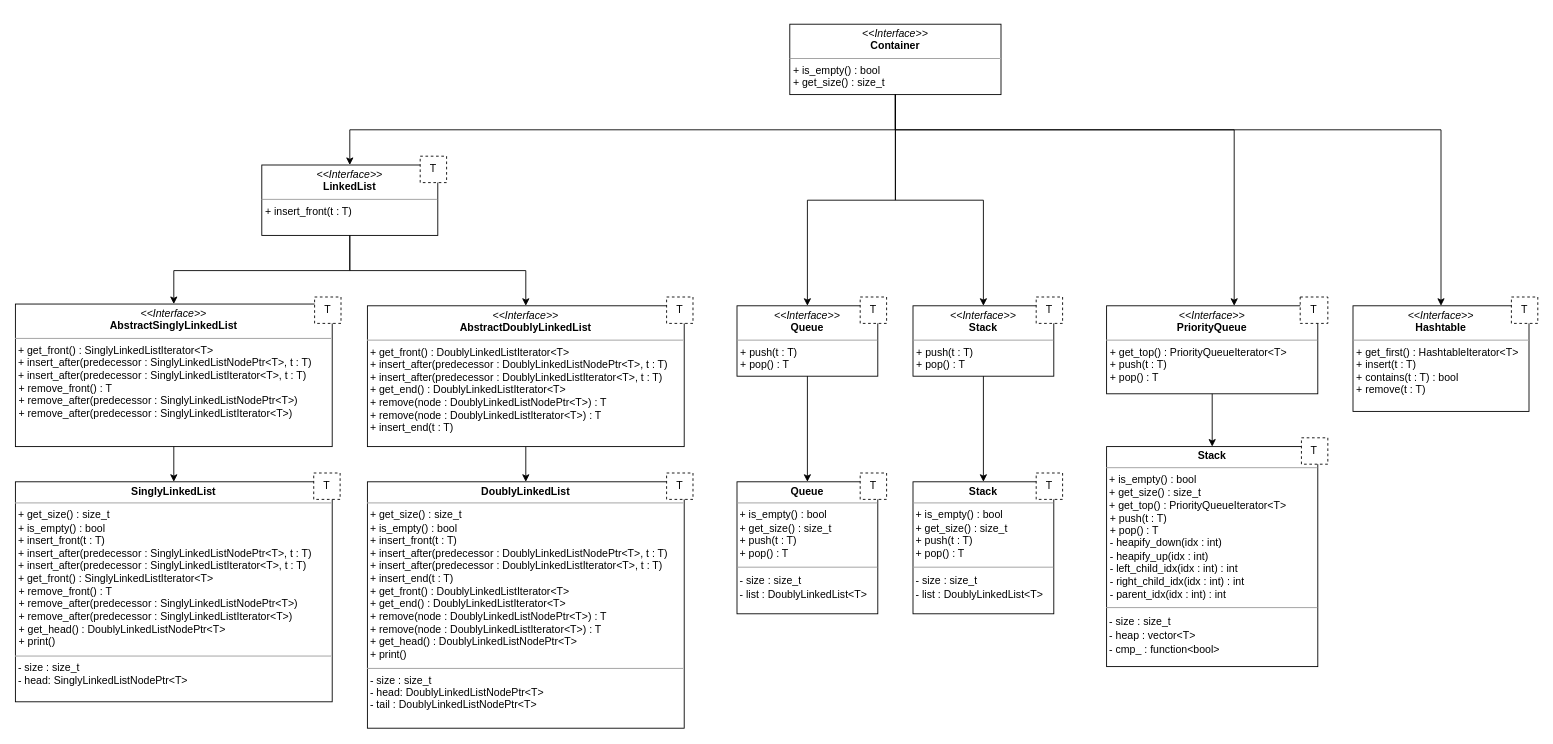
The draw.io diagram docs/Implementation Details/implementatio_details.drawio in christiangoerdes/Data-Structures, before the edit. Source tidied: cells renumbered, new cells numbered last; positions are measured from the earlier drawing's top-left corner, leaving out a move shared by most shapes. Both pictures are drawn from the tidied source at 88%, with x=0, y=0 at pixel (15, 15).
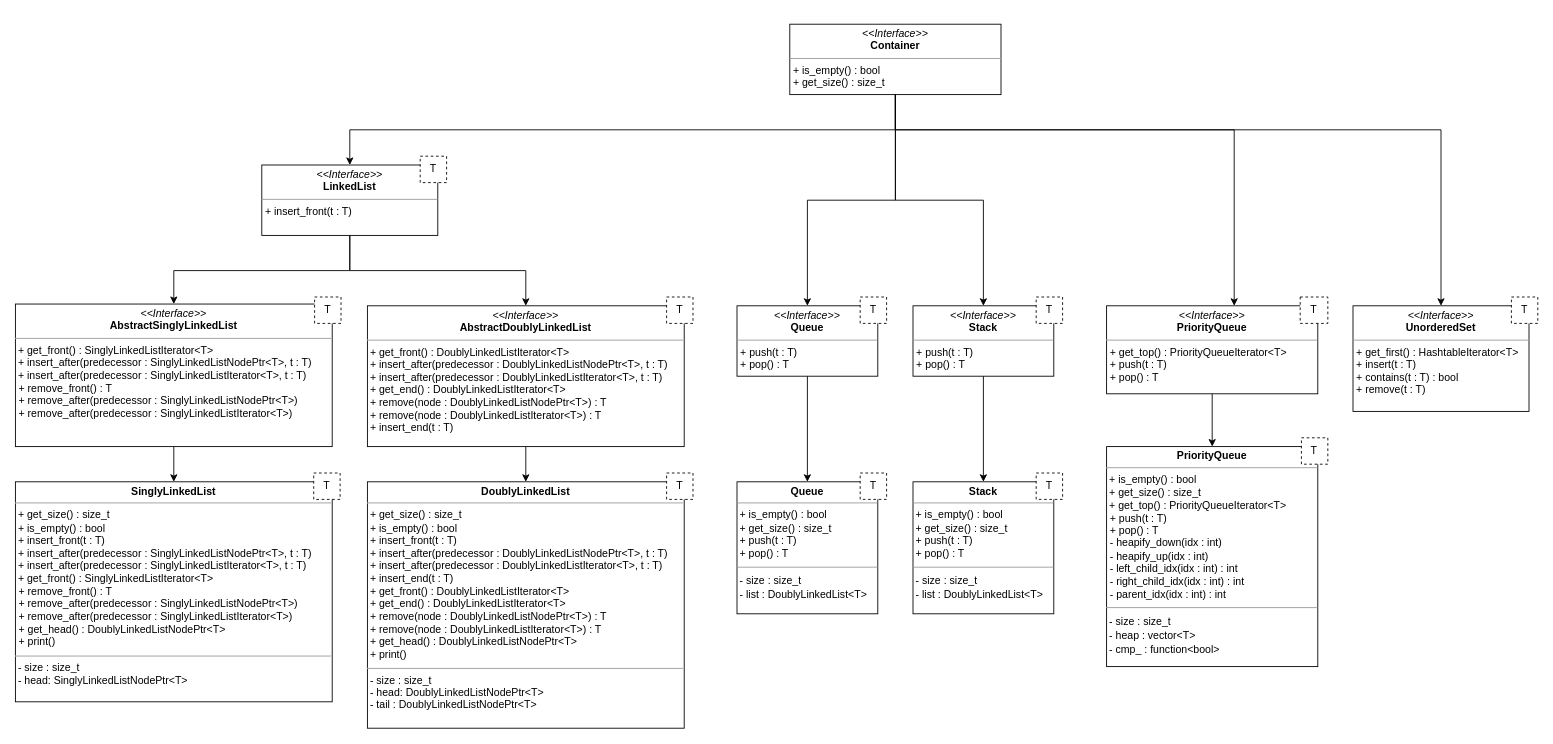
The same diagram, later.

Commit message (it also covers changes not shown here):
updated UML diagrams

The change refers to these unchanged cells:
```xml
<mxCell id="11" style="group;" parent="1" vertex="1">
  <mxGeometry x="1520" y="320" width="210" height="130" as="geometry" />
</mxCell>
<mxCell id="49" style="group;" parent="1" vertex="1">
  <mxGeometry x="1240" y="480" width="251.4" height="260" as="geometry" />
</mxCell>
```

Change to the diagram source:
```diff
@@
-    <mxCell id="12" value="&lt;p style=&quot;margin:0px;margin-top:4px;text-align:center;&quot;&gt;&lt;i&gt;&amp;lt;&amp;lt;Interface&amp;gt;&amp;gt;&lt;/i&gt;&lt;br&gt;&lt;b&gt;Hashtable&lt;/b&gt;&lt;/p&gt;&lt;hr size=&quot;1&quot;&gt;&lt;p style=&quot;margin:0px;margin-left:4px;&quot;&gt;&lt;span style=&quot;background-color: initial;&quot;&gt;+ get_first() : HashtableIterator&amp;lt;T&amp;gt;&lt;/span&gt;&lt;/p&gt;&lt;p style=&quot;margin:0px;margin-left:4px;&quot;&gt;&lt;span style=&quot;background-color: initial;&quot;&gt;+ insert(t : T)&lt;/span&gt;&lt;/p&gt;&lt;p style=&quot;margin:0px;margin-left:4px;&quot;&gt;&lt;span style=&quot;background-color: initial;&quot;&gt;+ contains(t : T) : bool&lt;/span&gt;&lt;/p&gt;&lt;p style=&quot;margin:0px;margin-left:4px;&quot;&gt;&lt;span style=&quot;background-color: initial;&quot;&gt;+ remove(t : T)&lt;/span&gt;&lt;/p&gt;" style="verticalAlign=top;align=left;overflow=fill;fontSize=12;fontFamily=Helvetica;html=1;whiteSpace=wrap;" parent="11" vertex="1">
+    <mxCell id="12" value="&lt;p style=&quot;margin:0px;margin-top:4px;text-align:center;&quot;&gt;&lt;i&gt;&amp;lt;&amp;lt;Interface&amp;gt;&amp;gt;&lt;/i&gt;&lt;br&gt;&lt;b&gt;UnorderedSet&lt;/b&gt;&lt;/p&gt;&lt;hr size=&quot;1&quot;&gt;&lt;p style=&quot;margin:0px;margin-left:4px;&quot;&gt;&lt;span style=&quot;background-color: initial;&quot;&gt;+ get_first() : HashtableIterator&amp;lt;T&amp;gt;&lt;/span&gt;&lt;/p&gt;&lt;p style=&quot;margin:0px;margin-left:4px;&quot;&gt;&lt;span style=&quot;background-color: initial;&quot;&gt;+ insert(t : T)&lt;/span&gt;&lt;/p&gt;&lt;p style=&quot;margin:0px;margin-left:4px;&quot;&gt;&lt;span style=&quot;background-color: initial;&quot;&gt;+ contains(t : T) : bool&lt;/span&gt;&lt;/p&gt;&lt;p style=&quot;margin:0px;margin-left:4px;&quot;&gt;&lt;span style=&quot;background-color: initial;&quot;&gt;+ remove(t : T)&lt;/span&gt;&lt;/p&gt;" style="verticalAlign=top;align=left;overflow=fill;fontSize=12;fontFamily=Helvetica;html=1;whiteSpace=wrap;" parent="11" vertex="1">
       <mxGeometry y="10" width="200" height="120" as="geometry" />
     </mxCell>
@@
-    <mxCell id="50" value="&lt;p style=&quot;margin:0px;margin-top:4px;text-align:center;&quot;&gt;&lt;b&gt;Stack&lt;/b&gt;&lt;/p&gt;&lt;hr size=&quot;1&quot;&gt;&amp;nbsp;+ is_empty() : bool&lt;br&gt;&amp;nbsp;+ get_size() : size_t&lt;br&gt;&amp;nbsp;+ get_top() : PriorityQueueIterator&amp;lt;T&amp;gt;&lt;p style=&quot;border-color: var(--border-color); margin: 0px 0px 0px 4px;&quot;&gt;&lt;span style=&quot;border-color: var(--border-color); background-color: initial;&quot;&gt;+ push(t : T)&lt;/span&gt;&lt;br style=&quot;border-color: var(--border-color);&quot;&gt;&lt;/p&gt;&lt;p style=&quot;border-color: var(--border-color); margin: 0px 0px 0px 4px;&quot;&gt;&lt;span style=&quot;border-color: var(--border-color); background-color: initial;&quot;&gt;+ pop() : T&lt;/span&gt;&lt;/p&gt;&lt;p style=&quot;border-color: var(--border-color); margin: 0px 0px 0px 4px;&quot;&gt;&lt;span style=&quot;background-color: initial;&quot;&gt;- heapify_down(idx : int)&amp;nbsp;&lt;/span&gt;&lt;/p&gt;&lt;p style=&quot;border-color: var(--border-color); margin: 0px 0px 0px 4px;&quot;&gt;&lt;span style=&quot;background-color: initial;&quot;&gt;- heapify_up(idx : int)&amp;nbsp;&lt;/span&gt;&lt;/p&gt;&lt;p style=&quot;border-color: var(--border-color); margin: 0px 0px 0px 4px;&quot;&gt;&lt;span style=&quot;background-color: initial;&quot;&gt;- left_child_idx(idx : int) : int&lt;/span&gt;&lt;/p&gt;&lt;p style=&quot;border-color: var(--border-color); margin: 0px 0px 0px 4px;&quot;&gt;&lt;span style=&quot;background-color: initial;&quot;&gt;- right_child_idx(idx : int) : int&lt;/span&gt;&lt;/p&gt;&lt;p style=&quot;border-color: var(--border-color); margin: 0px 0px 0px 4px;&quot;&gt;&lt;span style=&quot;background-color: initial;&quot;&gt;- parent_idx(idx : int) : int&lt;/span&gt;&lt;/p&gt;&lt;div style=&quot;height:2px;&quot;&gt;&amp;nbsp;&lt;/div&gt;&lt;hr size=&quot;1&quot;&gt;&lt;div style=&quot;height:2px;&quot;&gt;&amp;nbsp;&lt;/div&gt;&lt;div style=&quot;height:2px;&quot;&gt;&amp;nbsp;- size : size_t&lt;/div&gt;&lt;div style=&quot;height:2px;&quot;&gt;&amp;nbsp;&lt;/div&gt;&lt;div style=&quot;height:2px;&quot;&gt;&lt;br&gt;&lt;/div&gt;&lt;div style=&quot;height:2px;&quot;&gt;&lt;br&gt;&lt;/div&gt;&lt;div style=&quot;height:2px;&quot;&gt;&lt;br&gt;&lt;/div&gt;&lt;div style=&quot;height:2px;&quot;&gt;&lt;br&gt;&lt;/div&gt;&lt;div style=&quot;height:2px;&quot;&gt;&lt;br&gt;&lt;/div&gt;&lt;div style=&quot;height:2px;&quot;&gt;&lt;br&gt;&lt;/div&gt;&lt;div style=&quot;height:2px;&quot;&gt;&amp;nbsp;- heap : vector&amp;lt;T&amp;gt;&lt;/div&gt;&lt;div style=&quot;height:2px;&quot;&gt;&lt;br&gt;&lt;/div&gt;&lt;div style=&quot;height:2px;&quot;&gt;&lt;br&gt;&lt;/div&gt;&lt;div style=&quot;height:2px;&quot;&gt;&lt;br&gt;&lt;/div&gt;&lt;div style=&quot;height:2px;&quot;&gt;&lt;br&gt;&lt;/div&gt;&lt;div style=&quot;height:2px;&quot;&gt;&lt;br&gt;&lt;/div&gt;&lt;div style=&quot;height:2px;&quot;&gt;&amp;nbsp;&lt;/div&gt;&lt;div style=&quot;height:2px;&quot;&gt;&amp;nbsp;&lt;/div&gt;&lt;div style=&quot;height:2px;&quot;&gt;&amp;nbsp;- cmp_ : function&amp;lt;bool&amp;gt;&lt;/div&gt;&lt;div style=&quot;height:2px;&quot;&gt;&lt;br&gt;&lt;/div&gt;&lt;div style=&quot;height:2px;&quot;&gt;&lt;br&gt;&lt;/div&gt;&lt;div style=&quot;height:2px;&quot;&gt;&lt;br&gt;&lt;/div&gt;&lt;div style=&quot;height:2px;&quot;&gt;&lt;br&gt;&lt;/div&gt;&lt;div style=&quot;height:2px;&quot;&gt;&lt;br&gt;&lt;/div&gt;&lt;div style=&quot;height:2px;&quot;&gt;&amp;nbsp;&lt;/div&gt;&lt;div style=&quot;height:2px;&quot;&gt;&amp;nbsp;&lt;br&gt;&lt;/div&gt;" style="verticalAlign=top;align=left;overflow=fill;fontSize=12;fontFamily=Helvetica;html=1;whiteSpace=wrap;" parent="49" vertex="1">
+    <mxCell id="50" value="&lt;p style=&quot;margin:0px;margin-top:4px;text-align:center;&quot;&gt;&lt;b&gt;PriorityQueue&lt;/b&gt;&lt;/p&gt;&lt;hr size=&quot;1&quot;&gt;&amp;nbsp;+ is_empty() : bool&lt;br&gt;&amp;nbsp;+ get_size() : size_t&lt;br&gt;&amp;nbsp;+ get_top() : PriorityQueueIterator&amp;lt;T&amp;gt;&lt;p style=&quot;border-color: var(--border-color); margin: 0px 0px 0px 4px;&quot;&gt;&lt;span style=&quot;border-color: var(--border-color); background-color: initial;&quot;&gt;+ push(t : T)&lt;/span&gt;&lt;br style=&quot;border-color: var(--border-color);&quot;&gt;&lt;/p&gt;&lt;p style=&quot;border-color: var(--border-color); margin: 0px 0px 0px 4px;&quot;&gt;&lt;span style=&quot;border-color: var(--border-color); background-color: initial;&quot;&gt;+ pop() : T&lt;/span&gt;&lt;/p&gt;&lt;p style=&quot;border-color: var(--border-color); margin: 0px 0px 0px 4px;&quot;&gt;&lt;span style=&quot;background-color: initial;&quot;&gt;- heapify_down(idx : int)&amp;nbsp;&lt;/span&gt;&lt;/p&gt;&lt;p style=&quot;border-color: var(--border-color); margin: 0px 0px 0px 4px;&quot;&gt;&lt;span style=&quot;background-color: initial;&quot;&gt;- heapify_up(idx : int)&amp;nbsp;&lt;/span&gt;&lt;/p&gt;&lt;p style=&quot;border-color: var(--border-color); margin: 0px 0px 0px 4px;&quot;&gt;&lt;span style=&quot;background-color: initial;&quot;&gt;- left_child_idx(idx : int) : int&lt;/span&gt;&lt;/p&gt;&lt;p style=&quot;border-color: var(--border-color); margin: 0px 0px 0px 4px;&quot;&gt;&lt;span style=&quot;background-color: initial;&quot;&gt;- right_child_idx(idx : int) : int&lt;/span&gt;&lt;/p&gt;&lt;p style=&quot;border-color: var(--border-color); margin: 0px 0px 0px 4px;&quot;&gt;&lt;span style=&quot;background-color: initial;&quot;&gt;- parent_idx(idx : int) : int&lt;/span&gt;&lt;/p&gt;&lt;div style=&quot;height:2px;&quot;&gt;&amp;nbsp;&lt;/div&gt;&lt;hr size=&quot;1&quot;&gt;&lt;div style=&quot;height:2px;&quot;&gt;&amp;nbsp;&lt;/div&gt;&lt;div style=&quot;height:2px;&quot;&gt;&amp;nbsp;- size : size_t&lt;/div&gt;&lt;div style=&quot;height:2px;&quot;&gt;&amp;nbsp;&lt;/div&gt;&lt;div style=&quot;height:2px;&quot;&gt;&lt;br&gt;&lt;/div&gt;&lt;div style=&quot;height:2px;&quot;&gt;&lt;br&gt;&lt;/div&gt;&lt;div style=&quot;height:2px;&quot;&gt;&lt;br&gt;&lt;/div&gt;&lt;div style=&quot;height:2px;&quot;&gt;&lt;br&gt;&lt;/div&gt;&lt;div style=&quot;height:2px;&quot;&gt;&lt;br&gt;&lt;/div&gt;&lt;div style=&quot;height:2px;&quot;&gt;&lt;br&gt;&lt;/div&gt;&lt;div style=&quot;height:2px;&quot;&gt;&amp;nbsp;- heap : vector&amp;lt;T&amp;gt;&lt;/div&gt;&lt;div style=&quot;height:2px;&quot;&gt;&lt;br&gt;&lt;/div&gt;&lt;div style=&quot;height:2px;&quot;&gt;&lt;br&gt;&lt;/div&gt;&lt;div style=&quot;height:2px;&quot;&gt;&lt;br&gt;&lt;/div&gt;&lt;div style=&quot;height:2px;&quot;&gt;&lt;br&gt;&lt;/div&gt;&lt;div style=&quot;height:2px;&quot;&gt;&lt;br&gt;&lt;/div&gt;&lt;div style=&quot;height:2px;&quot;&gt;&amp;nbsp;&lt;/div&gt;&lt;div style=&quot;height:2px;&quot;&gt;&amp;nbsp;&lt;/div&gt;&lt;div style=&quot;height:2px;&quot;&gt;&amp;nbsp;- cmp_ : function&amp;lt;bool&amp;gt;&lt;/div&gt;&lt;div style=&quot;height:2px;&quot;&gt;&lt;br&gt;&lt;/div&gt;&lt;div style=&quot;height:2px;&quot;&gt;&lt;br&gt;&lt;/div&gt;&lt;div style=&quot;height:2px;&quot;&gt;&lt;br&gt;&lt;/div&gt;&lt;div style=&quot;height:2px;&quot;&gt;&lt;br&gt;&lt;/div&gt;&lt;div style=&quot;height:2px;&quot;&gt;&lt;br&gt;&lt;/div&gt;&lt;div style=&quot;height:2px;&quot;&gt;&amp;nbsp;&lt;/div&gt;&lt;div style=&quot;height:2px;&quot;&gt;&amp;nbsp;&lt;br&gt;&lt;/div&gt;" style="verticalAlign=top;align=left;overflow=fill;fontSize=12;fontFamily=Helvetica;html=1;whiteSpace=wrap;" parent="49" vertex="1">
       <mxGeometry y="10" width="240" height="250" as="geometry" />
     </mxCell>
```
